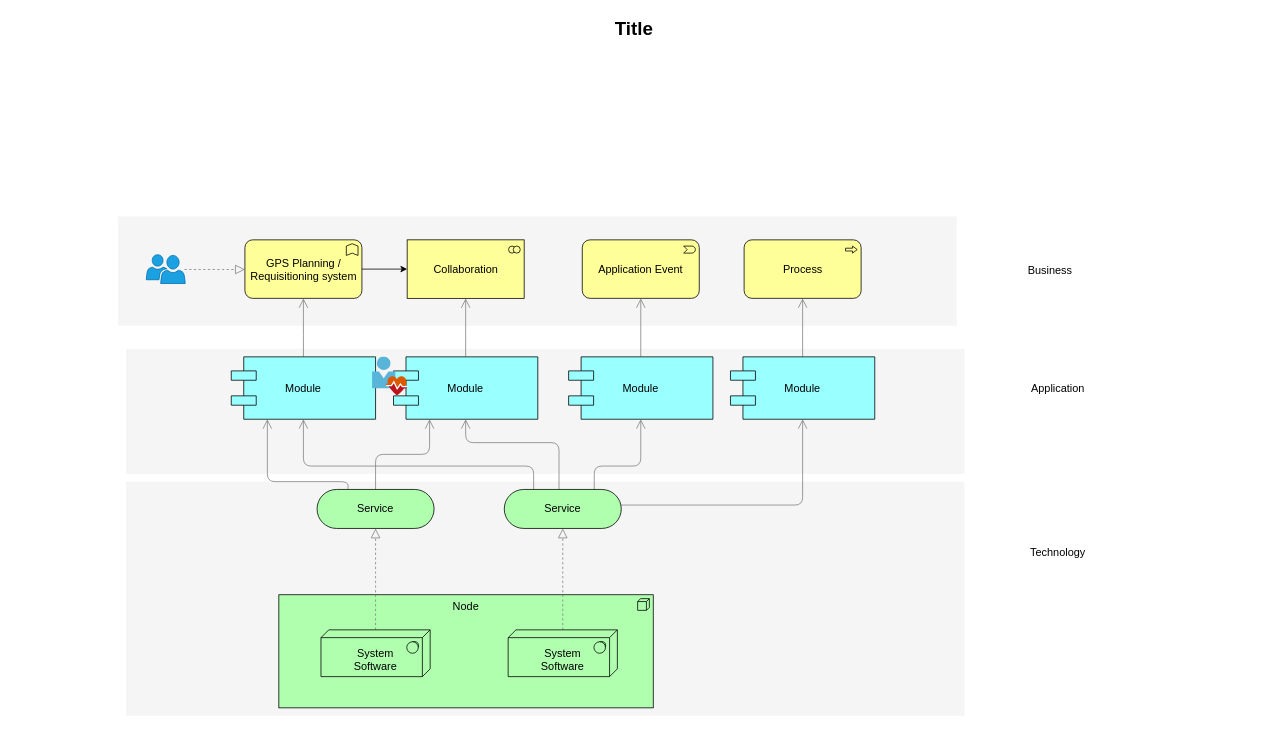
Before: Untitled Diagram.drawio in Mangesh1206/ArchitectureDiagram, a draw.io diagram. Source tidied: cells renumbered, new cells numbered last; positions are measured from the earlier drawing's top-left corner, leaving out a move shared by most shapes. Both pictures are drawn from the tidied source at 78%, with x=0, y=0 at pixel (13, 13).
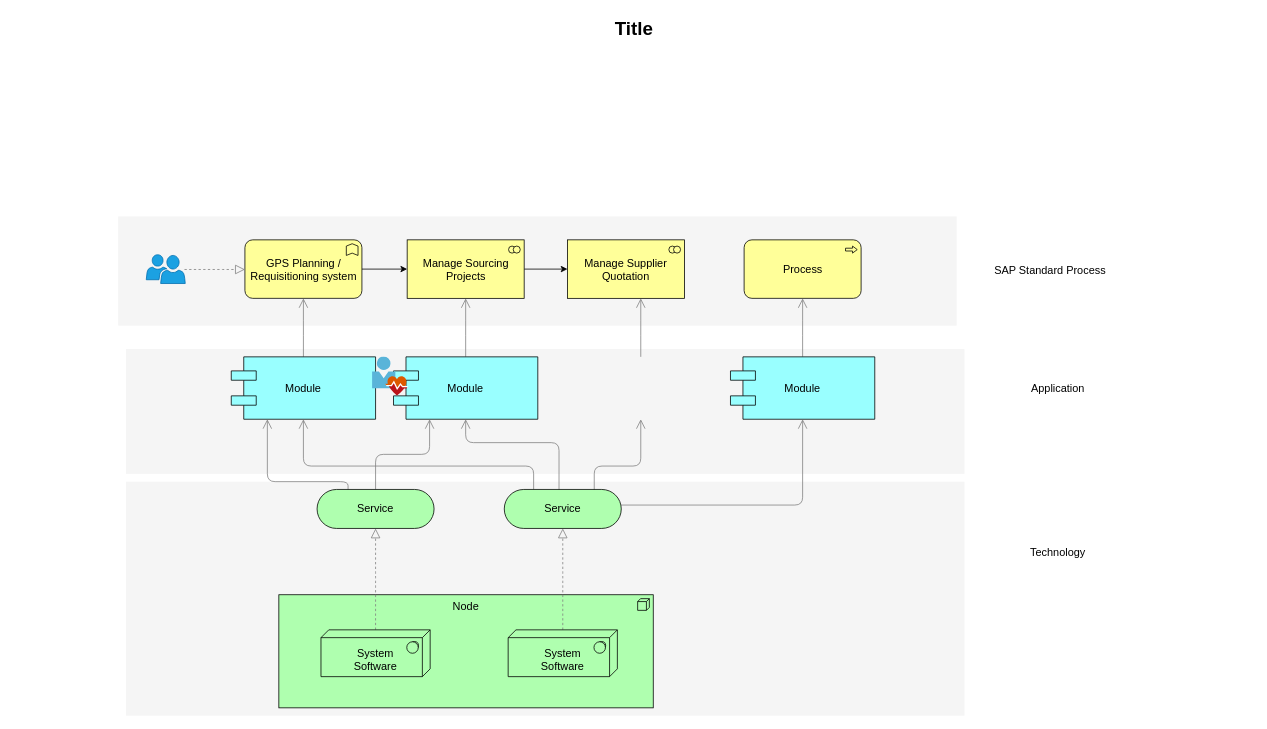
After the change.

Unchanged cells that the change refers to:
```xml
<mxCell id="17" value="Service" style="html=1;whiteSpace=wrap;fillColor=#AFFFAF;shape=mxgraph.archimate3.service;fontSize=14;" parent="1" vertex="1">
  <mxGeometry x="629" y="610" width="150" height="50" as="geometry" />
</mxCell>
```

Diff of the diagram source:
```diff
@@
-    <mxCell id="14" style="edgeStyle=elbowEdgeStyle;rounded=1;elbow=vertical;html=1;startSize=10;endArrow=open;endFill=0;endSize=10;jettySize=auto;strokeColor=#808080;fontSize=14;entryX=0.5;entryY=1;exitX=0.769;exitY=0.025;exitPerimeter=0;" parent="1" edge="1" source="17" target="23">
+    <mxCell id="14" style="edgeStyle=elbowEdgeStyle;rounded=1;elbow=vertical;html=1;startSize=10;endArrow=open;endFill=0;endSize=10;jettySize=auto;strokeColor=#808080;fontSize=14;entryX=0.5;entryY=1;exitX=0.769;exitY=0.025;exitPerimeter=0;" parent="1" edge="1" source="17">
       <mxGeometry relative="1" as="geometry">
+        <mxPoint x="804" y="520" as="targetPoint" />
         <Array as="points">
           <mxPoint x="759" y="580" />
         </Array>
       </mxGeometry>
     </mxCell>
@@
-    <mxCell id="22" style="edgeStyle=elbowEdgeStyle;rounded=1;elbow=vertical;html=1;startSize=10;endArrow=open;endFill=0;endSize=10;jettySize=auto;strokeColor=#808080;fontSize=14;" parent="1" edge="1" source="23" target="29">
-      <mxGeometry relative="1" as="geometry" />
+    <mxCell id="22" style="edgeStyle=elbowEdgeStyle;rounded=1;elbow=vertical;html=1;startSize=10;endArrow=open;endFill=0;endSize=10;jettySize=auto;orthogonalLoop=1;strokeColor=#808080;fontSize=14;" parent="1" edge="1">
+      <mxGeometry relative="1" as="geometry">
+        <mxPoint x="804" y="440" as="sourcePoint" />
+        <mxPoint x="804" y="365" as="targetPoint" />
+      </mxGeometry>
     </mxCell>
-    <mxCell id="23" value="Module" style="shape=component;align=center;fillColor=#99ffff;gradientColor=none;fontSize=14;" parent="1" vertex="1">
-      <mxGeometry x="711.5" y="440" width="185" height="80" as="geometry" />
-    </mxCell>
@@
+    <mxCell id="38" style="edgeStyle=orthogonalEdgeStyle;rounded=0;jettySize=auto;html=1;" parent="1" edge="1" source="28" target="39">
+      <mxGeometry relative="1" as="geometry" />
+    </mxCell>
-    <mxCell id="28" value="Collaboration" style="html=1;whiteSpace=wrap;fillColor=#ffff99;shape=mxgraph.archimate3.application;appType=collab;archiType=square;fontSize=14;" parent="1" vertex="1">
+    <mxCell id="28" value="Manage Sourcing Projects" style="html=1;whiteSpace=wrap;fillColor=#ffff99;shape=mxgraph.archimate3.application;appType=collab;archiType=square;fontSize=14;" parent="1" vertex="1">
       <mxGeometry x="504.5" y="290" width="150" height="75" as="geometry" />
     </mxCell>
-    <mxCell id="29" value="Application Event" style="html=1;whiteSpace=wrap;fillColor=#ffff99;shape=mxgraph.archimate3.application;appType=event;archiType=rounded;fontSize=14;" parent="1" vertex="1">
-      <mxGeometry x="729" y="290" width="150" height="75" as="geometry" />
-    </mxCell>
@@
-    <mxCell id="33" value="Business" style="text;html=1;strokeColor=none;fillColor=none;align=center;verticalAlign=middle;whiteSpace=wrap;fontSize=14;" parent="1" vertex="1">
+    <mxCell id="33" value="SAP Standard Process" style="text;html=1;strokeColor=none;fillColor=none;align=center;verticalAlign=middle;whiteSpace=wrap;fontSize=14;" parent="1" vertex="1">
       <mxGeometry x="1209" y="319" width="240" height="20" as="geometry" />
     </mxCell>
@@
+    <mxCell id="39" value="Manage Supplier Quotation" style="html=1;whiteSpace=wrap;fillColor=#ffff99;shape=mxgraph.archimate3.application;appType=collab;archiType=square;fontSize=14;" parent="1" vertex="1">
+      <mxGeometry x="710" y="290" width="150" height="75" as="geometry" />
+    </mxCell>
```
